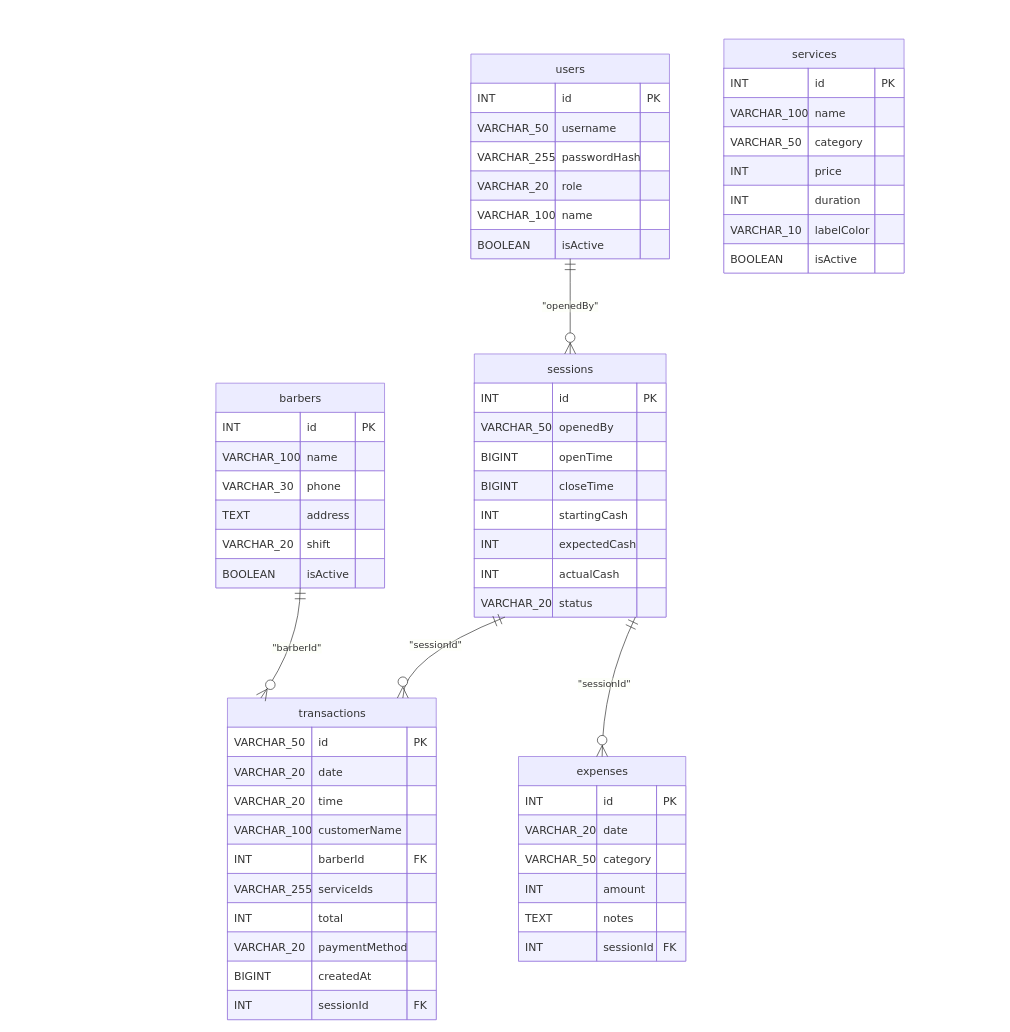
Earlier version of the draw.io diagram page "pdm" (4 of 7) of barbergo.drawio (FazleDzakyA/Classic-Barbergo_cashier). Source tidied: cells renumbered, new cells numbered last; positions are measured from the earlier drawing's top-left corner, leaving out a move shared by most shapes. Both pictures are drawn from the tidied source at 68%, with x=0, y=0 at pixel (12, 12).
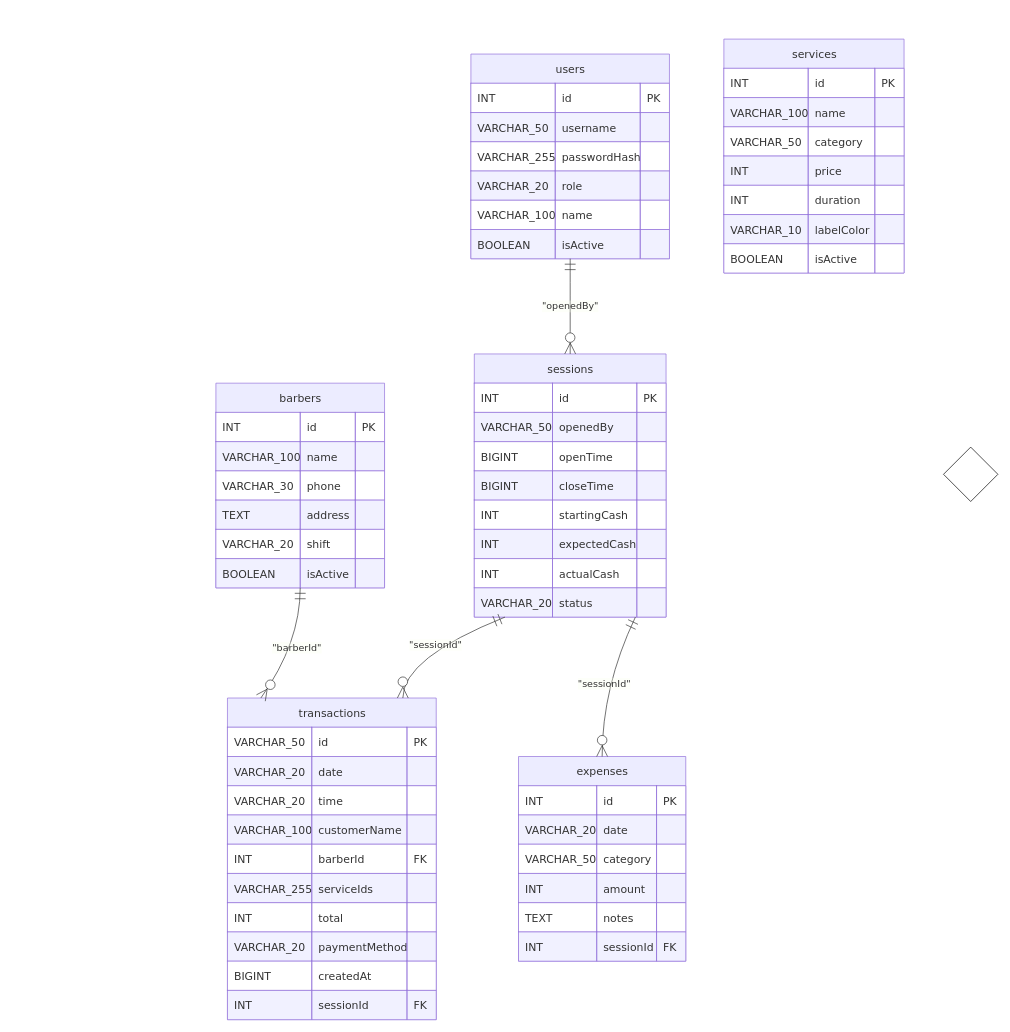
After the change.

What changed in the source:
```diff
@@
+    <mxCell id="185" style="rhombus;whiteSpace=wrap;html=1;shapeInside=1;" parent="1" vertex="1">
+      <mxGeometry x="1370" y="640" width="80" height="80" as="geometry" />
+    </mxCell>
```
